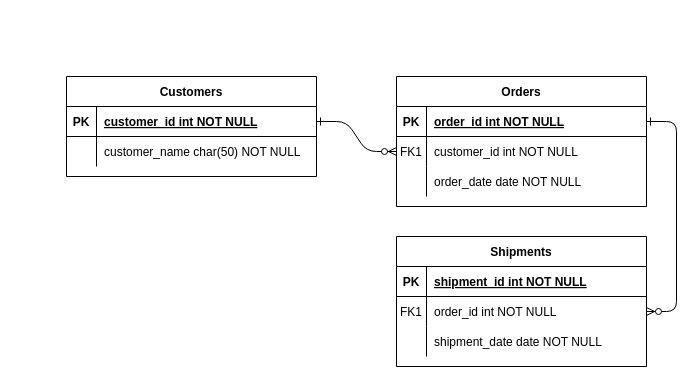
The draw.io diagram Diagramme sans nom.drawio in CamilleSimon/BTS2-CIEL-IR-MCD-2024-2025, before the edit. Source tidied: cells renumbered, new cells numbered last; positions are measured from the earlier drawing's top-left corner, leaving out a move shared by most shapes. Both pictures are drawn from the tidied source at 100%, with x=0, y=0 at pixel (66, 76).
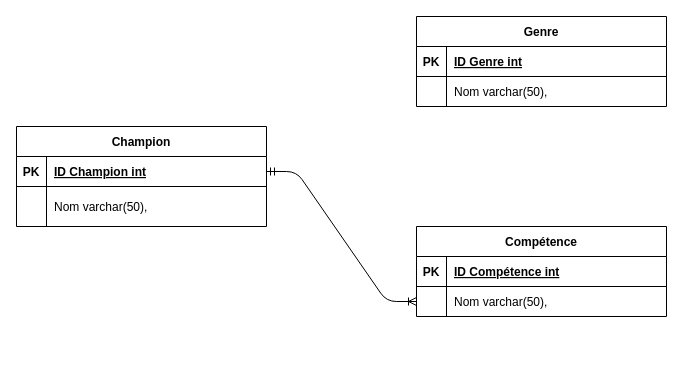
After the change.

Commit message (it also covers changes not shown here):
Mettre à jour Diagramme sans nom.drawio

Unchanged cells that the change refers to:
```xml
<mxCell id="5" style="shape=partialRectangle;fillColor=none;points=[[0,0.5],[1,0.5]];portConstraint=eastwest;top=0;left=0;right=0;bottom=1;" parent="4" vertex="1">
  <mxGeometry y="30" width="250" height="30" as="geometry" />
</mxCell>
<mxCell id="8" style="shape=partialRectangle;fillColor=none;points=[[0,0.5],[1,0.5]];portConstraint=eastwest;top=0;left=0;right=0;bottom=0;" parent="4" vertex="1">
  <mxGeometry y="60" width="250" height="30" as="geometry" />
</mxCell>
<mxCell id="25" style="shape=partialRectangle;fillColor=none;points=[[0,0.5],[1,0.5]];portConstraint=eastwest;top=0;left=0;right=0;bottom=1;" parent="24" vertex="1">
  <mxGeometry y="30" width="250" height="30" as="geometry" />
</mxCell>
```

Change to the diagram source:
```diff
@@
-    <mxCell id="2" style="edgeStyle=entityRelationEdgeStyle;endArrow=ERzeroToMany;startArrow=ERone;endFill=1;startFill=0;" parent="1" edge="1" source="25" target="8">
+    <mxCell id="2" style="edgeStyle=entityRelationEdgeStyle;endArrow=ERoneToMany;startArrow=ERmandOne;endFill=0;startFill=0;" parent="1" edge="1" source="25" target="8">
       <mxGeometry relative="1" as="geometry" />
     </mxCell>
-    <mxCell id="3" style="edgeStyle=entityRelationEdgeStyle;endArrow=ERzeroToMany;startArrow=ERone;endFill=1;startFill=0;" parent="1" edge="1" source="5" target="18">
-      <mxGeometry relative="1" as="geometry" />
-    </mxCell>
-    <mxCell id="4" value="Orders" style="shape=table;startSize=30;childLayout=tableLayout;rowLines=0;fontStyle=1;align=center;" parent="1" vertex="1">
-      <mxGeometry x="330" width="250" height="130" as="geometry" />
+    <mxCell id="4" value="Compétence" style="shape=table;startSize=30;childLayout=tableLayout;rowLines=0;fontStyle=1;align=center;" parent="1" vertex="1">
+      <mxGeometry x="350" y="150" width="250" height="90" as="geometry" />
     </mxCell>
@@
-    <mxCell id="7" value="order_id int NOT NULL " style="shape=partialRectangle;overflow=hidden;fillColor=none;top=0;left=0;bottom=0;right=0;align=left;spacingLeft=6;fontStyle=5;" parent="5" vertex="1">
+    <mxCell id="7" value="ID Compétence int" style="shape=partialRectangle;overflow=hidden;fillColor=none;top=0;left=0;bottom=0;right=0;align=left;spacingLeft=6;fontStyle=5;" parent="5" vertex="1">
       <mxGeometry x="30" width="220" height="30" as="geometry" />
     </mxCell>
@@
-    <mxCell id="9" value="FK1" style="shape=partialRectangle;overflow=hidden;fillColor=none;top=0;left=0;bottom=0;right=0;" parent="8" vertex="1">
+    <mxCell id="9" style="shape=partialRectangle;overflow=hidden;fillColor=none;top=0;left=0;bottom=0;right=0;" parent="8" vertex="1">
       <mxGeometry width="30" height="30" as="geometry" />
     </mxCell>
-    <mxCell id="10" value="customer_id int NOT NULL" style="shape=partialRectangle;overflow=hidden;fillColor=none;top=0;left=0;bottom=0;right=0;align=left;spacingLeft=6;" parent="8" vertex="1">
+    <mxCell id="10" value="Nom varchar(50)," style="shape=partialRectangle;overflow=hidden;fillColor=none;top=0;left=0;bottom=0;right=0;align=left;spacingLeft=6;" parent="8" vertex="1">
       <mxGeometry x="30" width="220" height="30" as="geometry" />
     </mxCell>
-    <mxCell id="11" style="shape=partialRectangle;fillColor=none;top=0;left=0;right=0;bottom=0;" parent="4" vertex="1">
-      <mxGeometry y="90" width="250" height="30" as="geometry" />
-    </mxCell>
-    <mxCell id="12" style="shape=partialRectangle;overflow=hidden;fillColor=none;top=0;left=0;bottom=0;right=0;" parent="11" vertex="1">
-      <mxGeometry width="30" height="30" as="geometry" />
-    </mxCell>
-    <mxCell id="13" value="order_date date NOT NULL" style="shape=partialRectangle;overflow=hidden;fillColor=none;top=0;left=0;bottom=0;right=0;align=left;spacingLeft=6;" parent="11" vertex="1">
-      <mxGeometry x="30" width="220" height="30" as="geometry" />
-    </mxCell>
-    <mxCell id="14" value="Shipments" style="shape=table;startSize=30;childLayout=tableLayout;rowLines=0;fontStyle=1;align=center;" parent="1" vertex="1">
-      <mxGeometry x="330" y="160" width="250" height="130" as="geometry" />
-    </mxCell>
-    <mxCell id="15" style="shape=partialRectangle;fillColor=none;top=0;left=0;right=0;bottom=1;" parent="14" vertex="1">
-      <mxGeometry y="30" width="250" height="30" as="geometry" />
-    </mxCell>
-    <mxCell id="16" value="PK" style="shape=partialRectangle;overflow=hidden;fillColor=none;top=0;left=0;bottom=0;right=0;fontStyle=1;" parent="15" vertex="1">
-      <mxGeometry width="30" height="30" as="geometry" />
-    </mxCell>
-    <mxCell id="17" value="shipment_id int NOT NULL " style="shape=partialRectangle;overflow=hidden;fillColor=none;top=0;left=0;bottom=0;right=0;align=left;spacingLeft=6;fontStyle=5;" parent="15" vertex="1">
-      <mxGeometry x="30" width="220" height="30" as="geometry" />
-    </mxCell>
-    <mxCell id="18" style="shape=partialRectangle;fillColor=none;points=[[0,0.5],[1,0.5]];portConstraint=eastwest;top=0;left=0;right=0;bottom=0;" parent="14" vertex="1">
-      <mxGeometry y="60" width="250" height="30" as="geometry" />
-    </mxCell>
-    <mxCell id="19" value="FK1" style="shape=partialRectangle;overflow=hidden;fillColor=none;top=0;left=0;bottom=0;right=0;" parent="18" vertex="1">
-      <mxGeometry width="30" height="30" as="geometry" />
-    </mxCell>
-    <mxCell id="20" value="order_id int NOT NULL" style="shape=partialRectangle;overflow=hidden;fillColor=none;top=0;left=0;bottom=0;right=0;align=left;spacingLeft=6;" parent="18" vertex="1">
-      <mxGeometry x="30" width="220" height="30" as="geometry" />
-    </mxCell>
-    <mxCell id="21" style="shape=partialRectangle;fillColor=none;top=0;left=0;right=0;bottom=0;" parent="14" vertex="1">
-      <mxGeometry y="90" width="250" height="30" as="geometry" />
-    </mxCell>
-    <mxCell id="22" style="shape=partialRectangle;overflow=hidden;fillColor=none;top=0;left=0;bottom=0;right=0;" parent="21" vertex="1">
-      <mxGeometry width="30" height="30" as="geometry" />
-    </mxCell>
-    <mxCell id="23" value="shipment_date date NOT NULL" style="shape=partialRectangle;overflow=hidden;fillColor=none;top=0;left=0;bottom=0;right=0;align=left;spacingLeft=6;" parent="21" vertex="1">
-      <mxGeometry x="30" width="220" height="30" as="geometry" />
-    </mxCell>
-    <mxCell id="24" value="Customers" style="shape=table;startSize=30;childLayout=tableLayout;rowLines=0;fontStyle=1;align=center;" parent="1" vertex="1">
-      <mxGeometry width="250" height="100" as="geometry" />
+    <mxCell id="24" value="Champion" style="shape=table;startSize=30;childLayout=tableLayout;rowLines=0;fontStyle=1;align=center;" parent="1" vertex="1">
+      <mxGeometry x="-50" y="50" width="250" height="100" as="geometry" />
     </mxCell>
@@
-    <mxCell id="27" value="customer_id int NOT NULL " style="shape=partialRectangle;overflow=hidden;fillColor=none;top=0;left=0;bottom=0;right=0;align=left;spacingLeft=6;fontStyle=5;" parent="25" vertex="1">
+    <mxCell id="27" value="ID Champion int" style="shape=partialRectangle;overflow=hidden;fillColor=none;top=0;left=0;bottom=0;right=0;align=left;spacingLeft=6;fontStyle=5;" parent="25" vertex="1">
       <mxGeometry x="30" width="220" height="30" as="geometry" />
     </mxCell>
     <mxCell id="28" style="shape=partialRectangle;fillColor=none;top=0;left=0;right=0;bottom=0;" parent="24" vertex="1">
-      <mxGeometry y="60" width="250" height="30" as="geometry" />
+      <mxGeometry y="60" width="250" height="40" as="geometry" />
     </mxCell>
     <mxCell id="29" style="shape=partialRectangle;overflow=hidden;fillColor=none;top=0;left=0;bottom=0;right=0;" parent="28" vertex="1">
-      <mxGeometry width="30" height="30" as="geometry" />
+      <mxGeometry width="30" height="40" as="geometry" />
     </mxCell>
-    <mxCell id="30" value="customer_name char(50) NOT NULL" style="shape=partialRectangle;overflow=hidden;fillColor=none;top=0;left=0;bottom=0;right=0;align=left;spacingLeft=6;" parent="28" vertex="1">
-      <mxGeometry x="30" width="220" height="30" as="geometry" />
+    <mxCell id="30" value="Nom varchar(50)," style="shape=partialRectangle;overflow=hidden;fillColor=none;top=0;left=0;bottom=0;right=0;align=left;spacingLeft=6;" parent="28" vertex="1">
+      <mxGeometry x="30" width="220" height="40" as="geometry" />
     </mxCell>
+    <mxCell id="31" value="Genre" style="shape=table;startSize=30;childLayout=tableLayout;rowLines=0;fontStyle=1;align=center;" parent="1" vertex="1">
+      <mxGeometry x="350" y="-60" width="250" height="90" as="geometry" />
+    </mxCell>
+    <mxCell id="15" style="shape=partialRectangle;fillColor=none;top=0;left=0;right=0;bottom=1;" parent="31" vertex="1">
+      <mxGeometry y="30" width="250" height="30" as="geometry" />
+    </mxCell>
+    <mxCell id="16" value="PK" style="shape=partialRectangle;overflow=hidden;fillColor=none;top=0;left=0;bottom=0;right=0;fontStyle=1;" parent="15" vertex="1">
+      <mxGeometry width="30" height="30" as="geometry" />
+    </mxCell>
+    <mxCell id="32" value="ID Genre int" style="shape=partialRectangle;overflow=hidden;fillColor=none;top=0;left=0;bottom=0;right=0;align=left;spacingLeft=6;fontStyle=5;" parent="15" vertex="1">
+      <mxGeometry x="30" width="220" height="30" as="geometry" />
+    </mxCell>
+    <mxCell id="18" style="shape=partialRectangle;fillColor=none;points=[[0,0.5],[1,0.5]];portConstraint=eastwest;top=0;left=0;right=0;bottom=0;" parent="31" vertex="1">
+      <mxGeometry y="60" width="250" height="30" as="geometry" />
+    </mxCell>
+    <mxCell id="33" style="shape=partialRectangle;overflow=hidden;fillColor=none;top=0;left=0;bottom=0;right=0;" parent="18" vertex="1">
+      <mxGeometry width="30" height="30" as="geometry" />
+    </mxCell>
+    <mxCell id="34" value="Nom varchar(50)," style="shape=partialRectangle;overflow=hidden;fillColor=none;top=0;left=0;bottom=0;right=0;align=left;spacingLeft=6;" parent="18" vertex="1">
+      <mxGeometry x="30" width="220" height="30" as="geometry" />
+    </mxCell>
```
